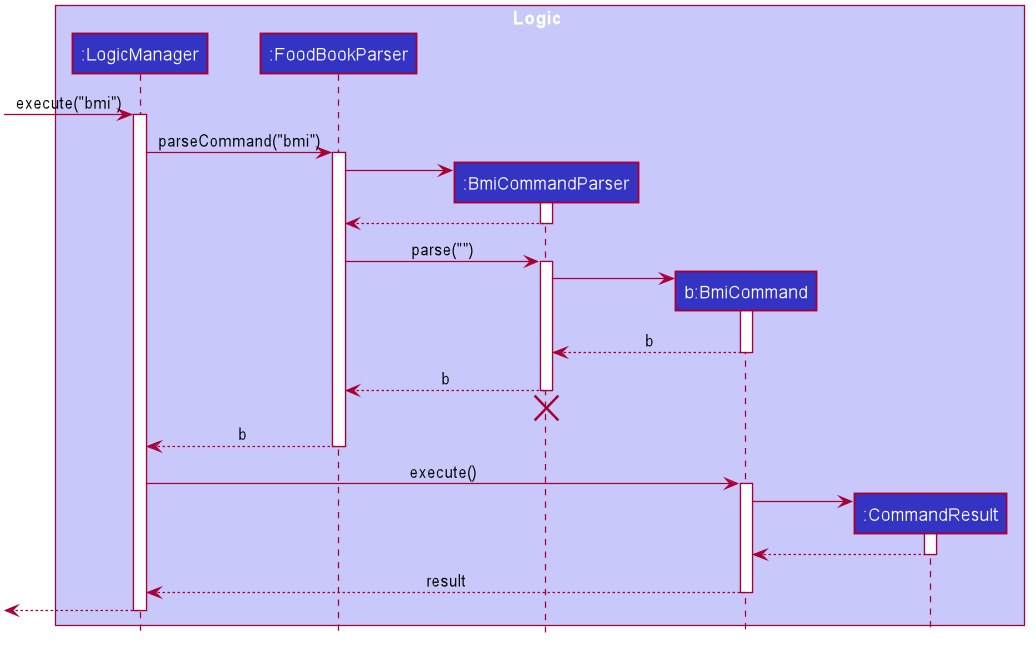
This is images/DietTrackerBmiCommandNILSequenceDiagram.png from AY1920S2-CS2103T-W13-1/main, a PlantUML export, as it was before one commit. Source of this version:
```plantuml
@startuml








skinparam BackgroundColor #FFFFFFF

skinparam Shadowing false

skinparam Class {
    FontColor #FFFFFF
    BorderThickness 1
    BorderColor #FFFFFF
    StereotypeFontColor #FFFFFF
    FontName Arial
}

skinparam Actor {
    BorderColor #000000
    Color #000000
    FontName Arial
}

skinparam Sequence {
    MessageAlign center
    BoxFontSize 15
    BoxPadding 0
    BoxFontColor #FFFFFF
    FontName Arial
}

skinparam Participant {
    FontColor #FFFFFFF
    Padding 20
}

skinparam MinClassWidth 50
skinparam ParticipantPadding 10
skinparam Shadowing false
skinparam DefaultTextAlignment center
skinparam packageStyle Rectangle

hide footbox
hide members
hide circle

box Logic #C8C8FA
participant ":LogicManager" as LogicManager #3333C4
participant ":FoodBookParser" as FoodBookParser #3333C4
participant ":BmiCommandParser" as BmiCommandParser #3333C4
participant "b:BmiCommand" as BmiCommand #3333C4
participant ":CommandResult" as CommandResult #3333C4
end box

[-> LogicManager : execute("bmi")
activate LogicManager

LogicManager -> FoodBookParser : parseCommand("bmi")
activate FoodBookParser

create BmiCommandParser
FoodBookParser -> BmiCommandParser
activate BmiCommandParser

BmiCommandParser --> FoodBookParser
deactivate BmiCommandParser

FoodBookParser -> BmiCommandParser : parse("")
activate BmiCommandParser

create BmiCommand
BmiCommandParser -> BmiCommand
activate BmiCommand

BmiCommand --> BmiCommandParser : b
deactivate BmiCommand

BmiCommandParser --> FoodBookParser : b
deactivate BmiCommandParser
BmiCommandParser -[hidden]-> FoodBookParser
destroy BmiCommandParser

FoodBookParser --> LogicManager : b
deactivate FoodBookParser

LogicManager -> BmiCommand : execute()
activate BmiCommand

create CommandResult
BmiCommand -> CommandResult
activate CommandResult

CommandResult --> BmiCommand
deactivate CommandResult

BmiCommand --> LogicManager : result
deactivate BmiCommand

[<--LogicManager
deactivate LogicManager
@enduml
```
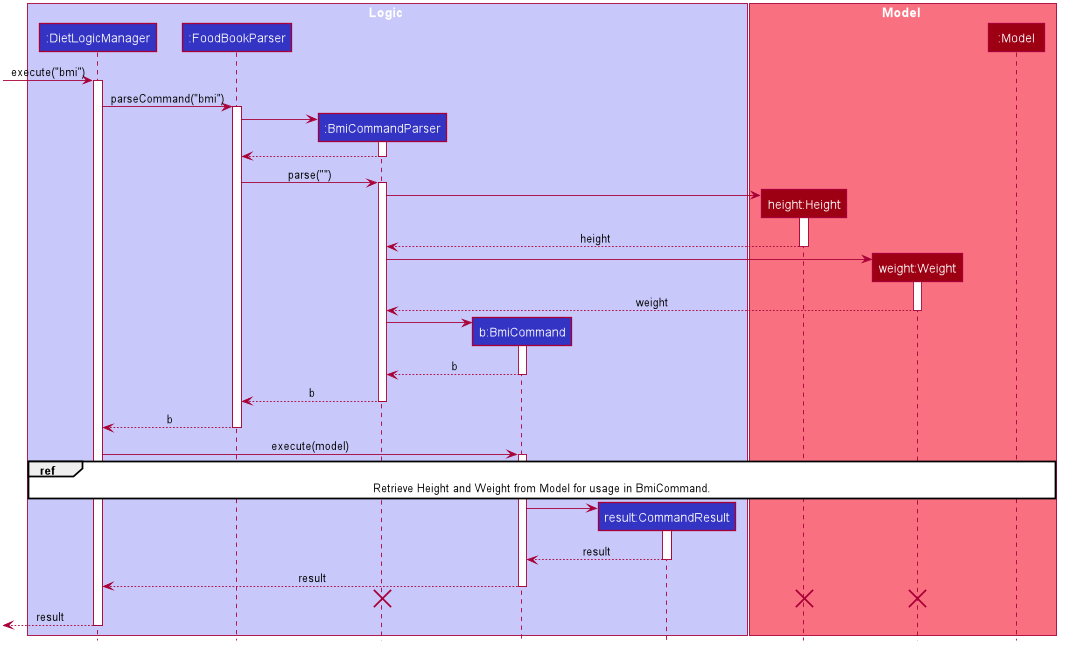
The same file after the commit.

Change to the diagram source:
```diff
@@ -1,4 +1,5 @@
 @startuml
+
 
 
 
@@ -49,11 +50,17 @@
 hide circle
 
 box Logic #C8C8FA
-participant ":LogicManager" as LogicManager #3333C4
+participant ":DietLogicManager" as LogicManager #3333C4
 participant ":FoodBookParser" as FoodBookParser #3333C4
 participant ":BmiCommandParser" as BmiCommandParser #3333C4
 participant "b:BmiCommand" as BmiCommand #3333C4
-participant ":CommandResult" as CommandResult #3333C4
+participant "result:CommandResult" as CommandResult #3333C4
+end box
+
+box Model #F97181
+participant "height:Height" as Height #9D0012
+participant "weight:Weight" as Weight #9D0012
+participant ":Model" as Model #9D0012
 end box
 
 [-> LogicManager : execute("bmi")
@@ -72,6 +79,20 @@
 FoodBookParser -> BmiCommandParser : parse("")
 activate BmiCommandParser
 
+create Height
+BmiCommandParser -> Height
+activate Height
+
+Height --> BmiCommandParser : height
+deactivate Height
+
+create Weight
+BmiCommandParser -> Weight
+activate Weight
+
+Weight --> BmiCommandParser : weight
+deactivate Weight
+
 create BmiCommand
 BmiCommandParser -> BmiCommand
 activate BmiCommand
@@ -81,25 +102,30 @@
 
 BmiCommandParser --> FoodBookParser : b
 deactivate BmiCommandParser
-BmiCommandParser -[hidden]-> FoodBookParser
-destroy BmiCommandParser
 
 FoodBookParser --> LogicManager : b
 deactivate FoodBookParser
 
-LogicManager -> BmiCommand : execute()
+LogicManager -> BmiCommand : execute(model)
 activate BmiCommand
+
+ref over LogicManager, Model : Retrieve Height and Weight from Model for usage in BmiCommand.
 
 create CommandResult
 BmiCommand -> CommandResult
 activate CommandResult
 
-CommandResult --> BmiCommand
+CommandResult --> BmiCommand : result
 deactivate CommandResult
 
 BmiCommand --> LogicManager : result
 deactivate BmiCommand
 
-[<--LogicManager
+BmiCommandParser -[hidden]-> FoodBookParser
+destroy BmiCommandParser
+destroy Height
+destroy Weight
+
+[<--LogicManager : result
 deactivate LogicManager
 @enduml
```
